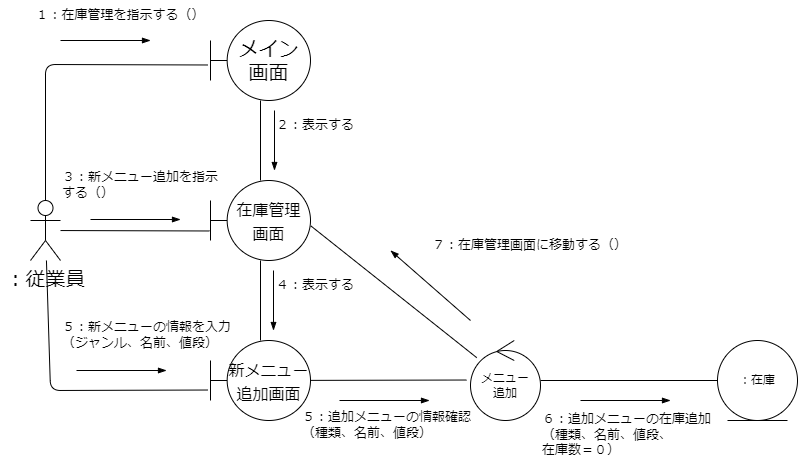
Before: psp4/コミュニケーション図/コミュニケーション図_新メニュー.drawio.png, a diagram exported from draw.io (MasakiHiguchi/---). Source tidied: cells renumbered, new cells last; positions are measured from the earlier drawing's top-left corner, leaving out a move shared by most shapes.
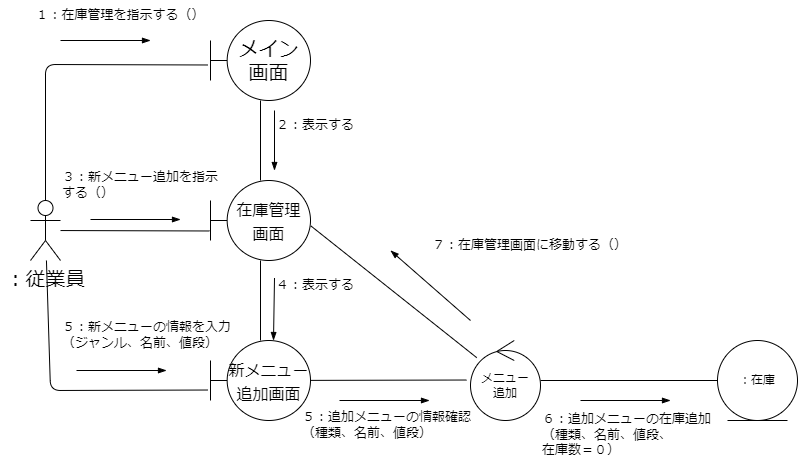
The same diagram one commit later.

Diff of the diagram source:
```diff
@@ -70,10 +70,9 @@
     <mxCell id="18" value="４：表示する" style="text;html=1;strokeColor=none;fillColor=none;align=left;verticalAlign=middle;whiteSpace=wrap;rounded=0;hachureGap=4;fontFamily=Architects Daughter;fontSource=https%3A%2F%2Ffonts.googleapis.com%2Fcss%3Ffamily%3DArchitects%2BDaughter;fontSize=13;" parent="1" vertex="1">
       <mxGeometry x="274" y="270" width="220" height="30" as="geometry" />
     </mxCell>
-    <mxCell id="19" style="endArrow=blockThin;html=1;endFill=1;" parent="1" edge="1">
+    <mxCell id="19" style="endArrow=blockThin;html=1;endFill=1;exitX=0;exitY=0.25;exitDx=0;exitDy=0;" parent="1" edge="1" source="18">
       <mxGeometry relative="1" as="geometry">
-        <mxPoint x="273" y="270" as="sourcePoint" />
-        <mxPoint x="273" y="330" as="targetPoint" />
+        <mxPoint x="273" y="340" as="targetPoint" />
       </mxGeometry>
     </mxCell>
     <mxCell id="20" value="５：新メニューの情報を入力（ジャンル、名前、値段）" style="text;html=1;strokeColor=none;fillColor=none;align=left;verticalAlign=middle;whiteSpace=wrap;rounded=0;hachureGap=4;fontFamily=Architects Daughter;fontSource=https%3A%2F%2Ffonts.googleapis.com%2Fcss%3Ffamily%3DArchitects%2BDaughter;fontSize=13;" parent="1" vertex="1">
```
